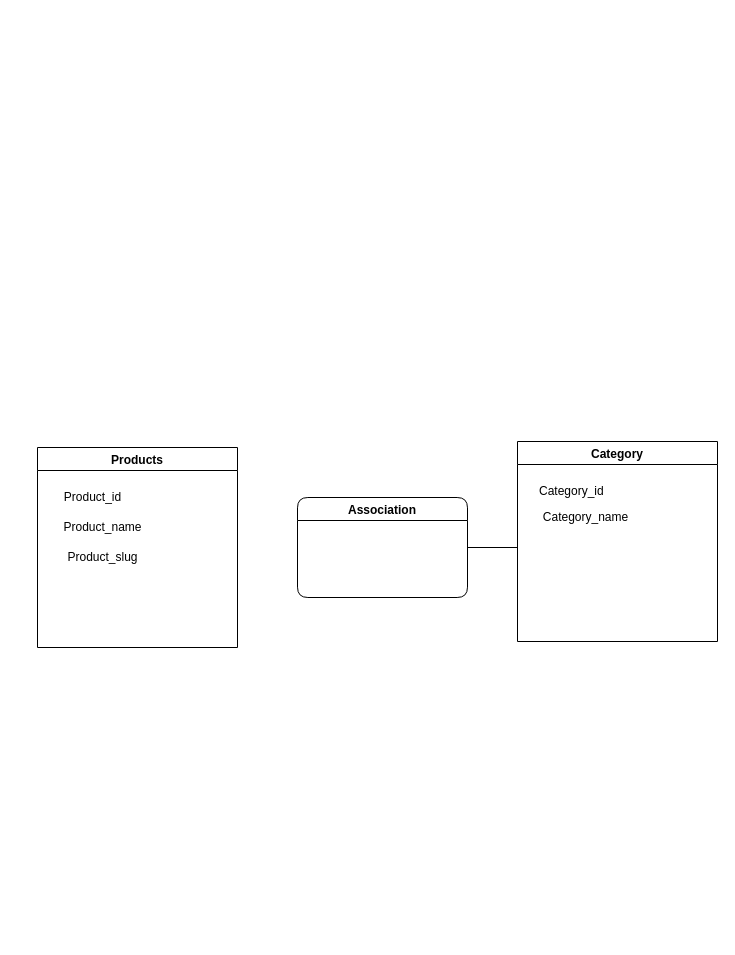
The draw.io diagram MCD_Diagram.drawio in St-el-a-lisa/Ventalis_diagram, before the edit. Source tidied: cells renumbered, new cells numbered last; positions are measured from the earlier drawing's top-left corner, leaving out a move shared by most shapes. Both pictures are drawn from the tidied source at 100%, with x=0, y=0 at pixel (37, 441).
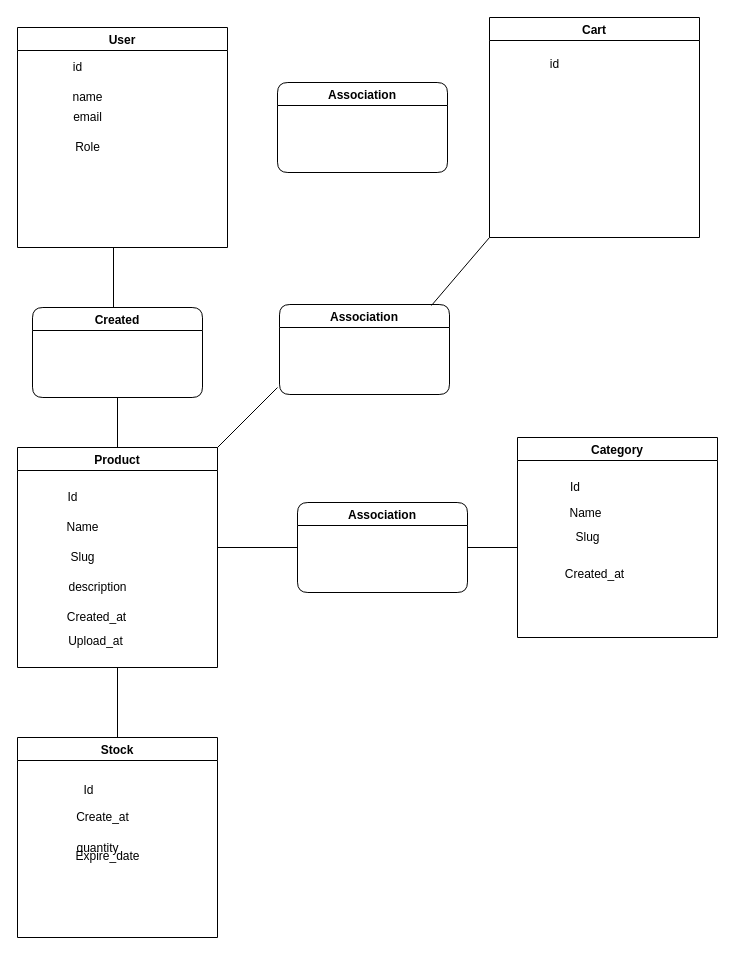
The same diagram, later.

The edit, as a diff of the source:
```diff
@@
-    <mxCell id="2" value="Products" style="swimlane;" parent="1" vertex="1">
-      <mxGeometry y="6" width="200" height="200" as="geometry" />
+    <mxCell id="2" value="Product" style="swimlane;" parent="1" vertex="1">
+      <mxGeometry x="-20" y="6" width="200" height="220" as="geometry" />
     </mxCell>
-    <mxCell id="3" value="Product_id" style="text;html=1;align=center;verticalAlign=middle;strokeColor=none;fillColor=none;" parent="2" vertex="1">
-      <mxGeometry x="20" y="40" width="70" height="20" as="geometry" />
+    <mxCell id="3" value="Id" style="text;html=1;align=center;verticalAlign=middle;strokeColor=none;fillColor=none;" parent="2" vertex="1">
+      <mxGeometry x="40" y="40" width="30" height="20" as="geometry" />
     </mxCell>
-    <mxCell id="4" value="Product_name" style="text;html=1;align=center;verticalAlign=middle;strokeColor=none;fillColor=none;" parent="2" vertex="1">
-      <mxGeometry x="20" y="70" width="90" height="20" as="geometry" />
+    <mxCell id="4" value="Name" style="text;html=1;align=center;verticalAlign=middle;strokeColor=none;fillColor=none;" parent="2" vertex="1">
+      <mxGeometry x="40" y="70" width="50" height="20" as="geometry" />
     </mxCell>
-    <mxCell id="5" value="Product_slug" style="text;html=1;align=center;verticalAlign=middle;strokeColor=none;fillColor=none;" parent="2" vertex="1">
-      <mxGeometry x="20" y="100" width="90" height="20" as="geometry" />
+    <mxCell id="5" value="Slug" style="text;html=1;align=center;verticalAlign=middle;strokeColor=none;fillColor=none;" parent="2" vertex="1">
+      <mxGeometry x="45" y="100" width="40" height="20" as="geometry" />
     </mxCell>
+    <mxCell id="11" value="description" style="text;html=1;align=center;verticalAlign=middle;strokeColor=none;fillColor=none;" parent="2" vertex="1">
+      <mxGeometry x="45" y="130" width="70" height="20" as="geometry" />
+    </mxCell>
     <mxCell id="6" value="Category" style="swimlane;" parent="1" vertex="1">
-      <mxGeometry x="480" width="200" height="200" as="geometry" />
+      <mxGeometry x="480" y="-4" width="200" height="200" as="geometry" />
     </mxCell>
-    <mxCell id="7" value="Category_id" style="text;html=1;align=left;verticalAlign=middle;strokeColor=none;fillColor=none;" parent="6" vertex="1">
-      <mxGeometry x="20" y="40" width="80" height="20" as="geometry" />
+    <mxCell id="7" value="Id" style="text;html=1;align=left;verticalAlign=middle;strokeColor=none;fillColor=none;" parent="6" vertex="1">
+      <mxGeometry x="51" y="40" width="30" height="20" as="geometry" />
     </mxCell>
-    <mxCell id="8" value="Category_name" style="text;html=1;align=center;verticalAlign=middle;strokeColor=none;fillColor=none;" parent="6" vertex="1">
-      <mxGeometry x="18" y="66" width="100" height="20" as="geometry" />
+    <mxCell id="8" value="Name" style="text;html=1;align=center;verticalAlign=middle;strokeColor=none;fillColor=none;" parent="6" vertex="1">
+      <mxGeometry x="43" y="66" width="50" height="20" as="geometry" />
     </mxCell>
     <mxCell id="9" value="Association" style="swimlane;gradientColor=none;rounded=1;startSize=23;" parent="1" vertex="1">
-      <mxGeometry x="260" y="56" width="170" height="100" as="geometry" />
+      <mxGeometry x="260" y="61" width="170" height="90" as="geometry" />
     </mxCell>
@@
+    <mxCell id="12" style="endArrow=none;html=1;rounded=0;entryX=0;entryY=0.5;entryDx=0;entryDy=0;" parent="1" edge="1" target="9">
+      <mxGeometry relative="1" as="geometry">
+        <mxPoint x="180" y="106" as="sourcePoint" />
+      </mxGeometry>
+    </mxCell>
+    <mxCell id="13" value="Created_at" style="text;html=1;align=center;verticalAlign=middle;strokeColor=none;fillColor=none;" parent="1" vertex="1">
+      <mxGeometry x="522" y="123" width="70" height="20" as="geometry" />
+    </mxCell>
+    <mxCell id="14" value="Created_at" style="text;html=1;align=center;verticalAlign=middle;strokeColor=none;fillColor=none;" parent="1" vertex="1">
+      <mxGeometry x="24" y="166" width="70" height="20" as="geometry" />
+    </mxCell>
+    <mxCell id="15" value="Slug" style="text;html=1;align=center;verticalAlign=middle;strokeColor=none;fillColor=none;" parent="1" vertex="1">
+      <mxGeometry x="530" y="86" width="40" height="20" as="geometry" />
+    </mxCell>
+    <mxCell id="16" value="Stock" style="swimlane;rounded=0;gradientColor=none;" parent="1" vertex="1">
+      <mxGeometry x="-20" y="296" width="200" height="200" as="geometry" />
+    </mxCell>
+    <mxCell id="17" style="endArrow=none;html=1;rounded=0;entryX=0.5;entryY=1;entryDx=0;entryDy=0;" parent="1" edge="1" source="16" target="2">
+      <mxGeometry relative="1" as="geometry" />
+    </mxCell>
+    <mxCell id="18" value="User" style="swimlane;rounded=0;gradientColor=none;" parent="1" vertex="1">
+      <mxGeometry x="-20" y="-414" width="210" height="220" as="geometry" />
+    </mxCell>
+    <mxCell id="19" value="email" style="text;html=1;align=center;verticalAlign=middle;strokeColor=none;fillColor=none;" parent="18" vertex="1">
+      <mxGeometry x="50" y="80" width="40" height="20" as="geometry" />
+    </mxCell>
+    <mxCell id="20" value="Role" style="text;html=1;align=center;verticalAlign=middle;strokeColor=none;fillColor=none;" parent="18" vertex="1">
+      <mxGeometry x="50" y="110" width="40" height="20" as="geometry" />
+    </mxCell>
+    <mxCell id="21" value="name" style="text;html=1;align=center;verticalAlign=middle;strokeColor=none;fillColor=none;" parent="18" vertex="1">
+      <mxGeometry x="45" y="60" width="50" height="20" as="geometry" />
+    </mxCell>
+    <mxCell id="22" value="id" style="text;html=1;align=center;verticalAlign=middle;strokeColor=none;fillColor=none;" parent="18" vertex="1">
+      <mxGeometry x="50" y="30" width="20" height="20" as="geometry" />
+    </mxCell>
+    <mxCell id="23" style="endArrow=none;html=1;rounded=0;" parent="1" edge="1">
+      <mxGeometry relative="1" as="geometry">
+        <mxPoint x="80" y="6" as="sourcePoint" />
+        <mxPoint x="80" y="-44" as="targetPoint" />
+      </mxGeometry>
+    </mxCell>
+    <mxCell id="24" value="Id" style="text;html=1;align=center;verticalAlign=middle;strokeColor=none;fillColor=none;" parent="1" vertex="1">
+      <mxGeometry x="36" y="339" width="30" height="20" as="geometry" />
+    </mxCell>
+    <mxCell id="25" value="Create_at" style="text;html=1;align=center;verticalAlign=middle;strokeColor=none;fillColor=none;" parent="1" vertex="1">
+      <mxGeometry x="30" y="366" width="70" height="20" as="geometry" />
+    </mxCell>
+    <mxCell id="26" value="Upload_at" style="text;html=1;align=center;verticalAlign=middle;strokeColor=none;fillColor=none;" parent="1" vertex="1">
+      <mxGeometry x="23" y="190" width="70" height="20" as="geometry" />
+    </mxCell>
+    <mxCell id="27" value="quantity" style="text;html=1;align=center;verticalAlign=middle;strokeColor=none;fillColor=none;" parent="1" vertex="1">
+      <mxGeometry x="30" y="397" width="60" height="20" as="geometry" />
+    </mxCell>
+    <mxCell id="28" value="Expire_date" style="text;html=1;align=center;verticalAlign=middle;strokeColor=none;fillColor=none;" parent="1" vertex="1">
+      <mxGeometry x="30" y="405" width="80" height="20" as="geometry" />
+    </mxCell>
+    <mxCell id="29" value="Created" style="swimlane;gradientColor=none;rounded=1;startSize=23;" parent="1" vertex="1">
+      <mxGeometry x="-5" y="-134" width="170" height="90" as="geometry" />
+    </mxCell>
+    <mxCell id="30" style="endArrow=none;html=1;rounded=0;" parent="1" edge="1">
+      <mxGeometry relative="1" as="geometry">
+        <mxPoint x="76" y="-134" as="sourcePoint" />
+        <mxPoint x="76" y="-194" as="targetPoint" />
+      </mxGeometry>
+    </mxCell>
+    <mxCell id="31" value="Cart" style="swimlane;rounded=0;gradientColor=none;" parent="1" vertex="1">
+      <mxGeometry x="452" y="-424" width="210" height="220" as="geometry" />
+    </mxCell>
+    <mxCell id="32" value="id" style="text;html=1;align=center;verticalAlign=middle;strokeColor=none;fillColor=none;" parent="31" vertex="1">
+      <mxGeometry x="55" y="37" width="20" height="20" as="geometry" />
+    </mxCell>
+    <mxCell id="33" value="Association" style="swimlane;gradientColor=none;rounded=1;startSize=23;" parent="1" vertex="1">
+      <mxGeometry x="240" y="-359" width="170" height="90" as="geometry" />
+    </mxCell>
+    <mxCell id="34" value="Association" style="swimlane;gradientColor=none;rounded=1;startSize=23;" parent="1" vertex="1">
+      <mxGeometry x="242" y="-137" width="170" height="90" as="geometry" />
+    </mxCell>
+    <mxCell id="35" style="endArrow=none;html=1;rounded=0;entryX=0;entryY=1;entryDx=0;entryDy=0;exitX=0.894;exitY=0.011;exitDx=0;exitDy=0;exitPerimeter=0;" parent="1" edge="1" source="34" target="31">
+      <mxGeometry relative="1" as="geometry" />
+    </mxCell>
+    <mxCell id="36" style="endArrow=none;html=1;rounded=0;exitX=1;exitY=0;exitDx=0;exitDy=0;" parent="1" edge="1" source="2">
+      <mxGeometry relative="1" as="geometry">
+        <mxPoint x="240" y="-54" as="targetPoint" />
+      </mxGeometry>
+    </mxCell>
```
